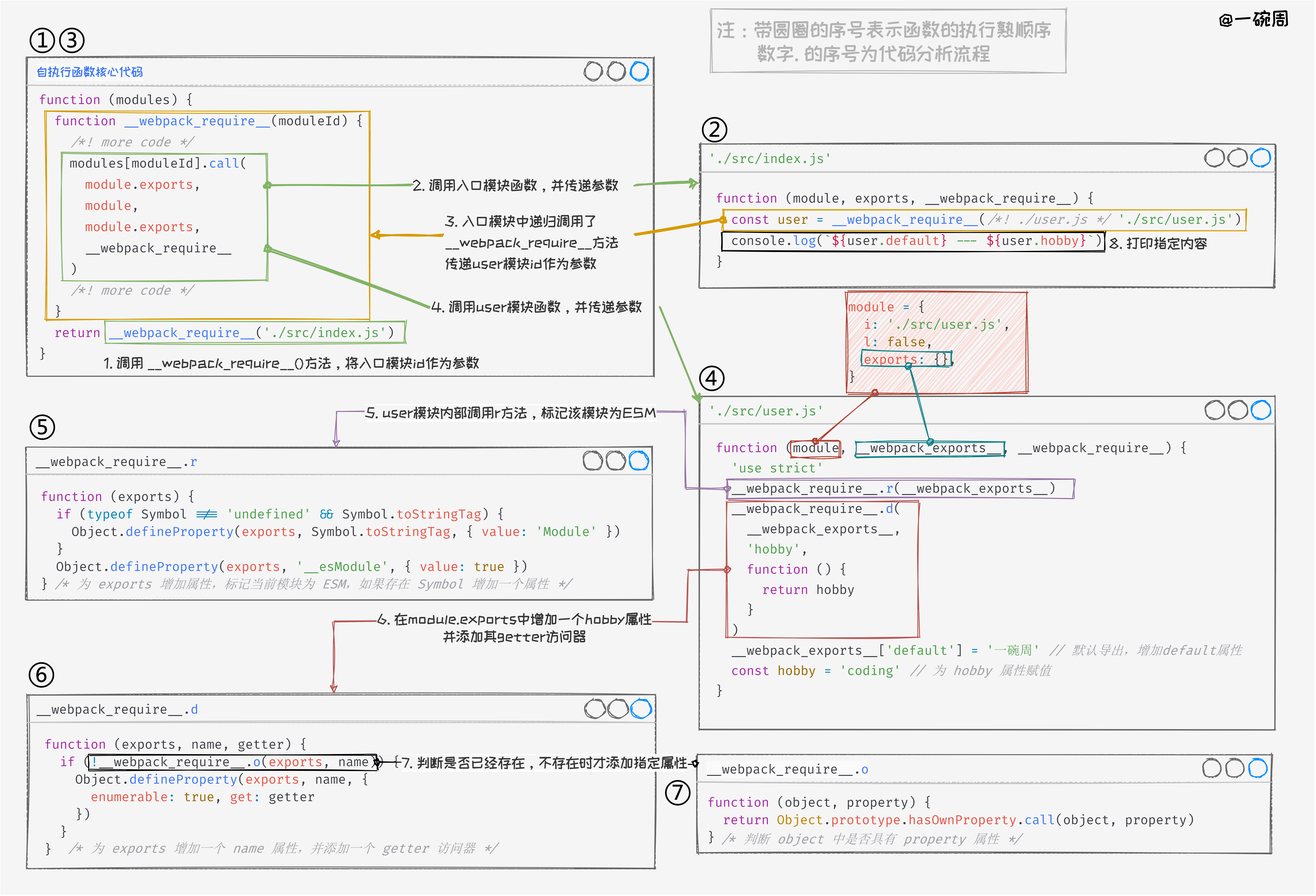
Above: 前端工程化/06_手写webpack/image/write-wp-06.png in ywanzhou/Learn-front-end-from-scratc (draw.io), before the change. Source tidied: cells renumbered, new cells last; positions are measured from the earlier drawing's top-left corner, leaving out a move shared by most shapes.
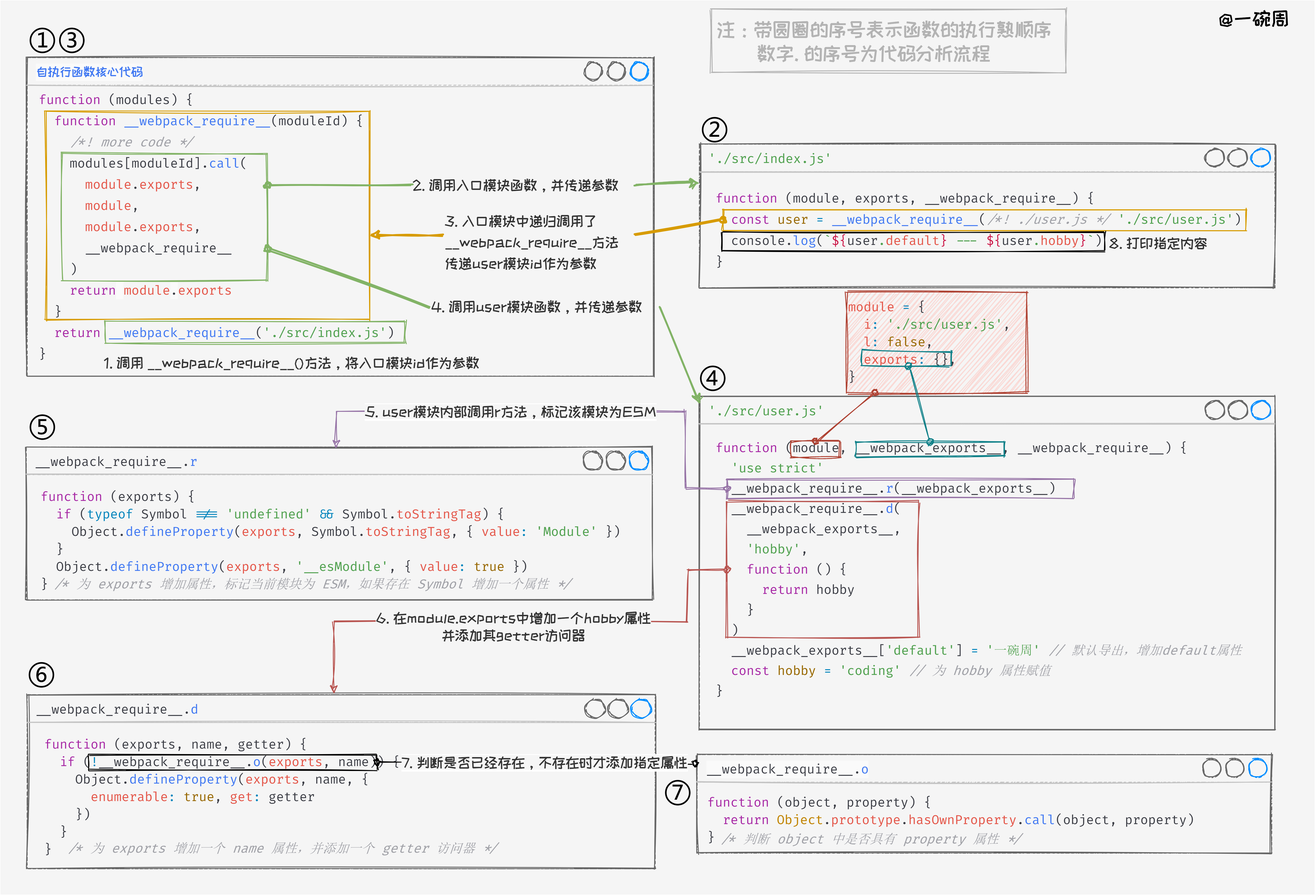
Above is the later version.

Commit message:
画图：CMS导入ESM分析

Change to the diagram source:
```diff
@@ -11,7 +11,7 @@
     <mxCell id="4" style="rounded=0;whiteSpace=wrap;html=1;sketch=1;strokeColor=#d79b00;fillColor=none;glass=0;" parent="1" vertex="1">
       <mxGeometry x="49" y="121" width="352" height="226" as="geometry" />
     </mxCell>
-    <mxCell id="5" value="&lt;div style=&quot;color: rgb(56 , 58 , 66) ; font-family: &amp;#34;fira code&amp;#34; , &amp;#34;consolas&amp;#34; , &amp;#34;courier new&amp;#34; , monospace ; font-size: 14px ; line-height: 166%&quot;&gt;&lt;div&gt;&lt;span style=&quot;color: rgb(166 , 38 , 164)&quot;&gt;function&lt;/span&gt; (modules) {&lt;/div&gt;&lt;div&gt;&amp;nbsp; &lt;span style=&quot;color: #a626a4&quot;&gt;function&lt;/span&gt; &lt;span style=&quot;color: #4078f2&quot;&gt;__webpack_require__&lt;/span&gt;(moduleId) {&lt;/div&gt;&lt;div&gt;&amp;nbsp; &amp;nbsp;&amp;nbsp;&lt;span style=&quot;color: rgb(160 , 161 , 167) ; font-style: italic&quot;&gt;/*! more code */&lt;/span&gt;&lt;span&gt;&amp;nbsp;&lt;/span&gt;&lt;/div&gt;&lt;div&gt;&amp;nbsp; &amp;nbsp; modules[moduleId].&lt;span style=&quot;color: #4078f2&quot;&gt;call&lt;/span&gt;(&lt;/div&gt;&lt;div&gt;&amp;nbsp; &amp;nbsp; &amp;nbsp; &lt;span style=&quot;color: #e45649&quot;&gt;module&lt;/span&gt;.&lt;span style=&quot;color: #e45649&quot;&gt;exports&lt;/span&gt;,&lt;/div&gt;&lt;div&gt;&amp;nbsp; &amp;nbsp; &amp;nbsp; &lt;span style=&quot;color: #e45649&quot;&gt;module&lt;/span&gt;,&lt;/div&gt;&lt;div&gt;&amp;nbsp; &amp;nbsp; &amp;nbsp; &lt;span style=&quot;color: #e45649&quot;&gt;module&lt;/span&gt;.&lt;span style=&quot;color: #e45649&quot;&gt;exports&lt;/span&gt;,&lt;/div&gt;&lt;div&gt;&amp;nbsp; &amp;nbsp; &amp;nbsp; __webpack_require__&lt;/div&gt;&lt;div&gt;&amp;nbsp; &amp;nbsp; )&lt;/div&gt;&amp;nbsp; &amp;nbsp;&amp;nbsp;&lt;span style=&quot;color: rgb(160 , 161 , 167) ; font-style: italic&quot;&gt;/*! more code */&lt;/span&gt;&lt;span&gt;&amp;nbsp;&lt;/span&gt;&lt;div&gt;&amp;nbsp; }&lt;/div&gt;&lt;div&gt;&amp;nbsp; &lt;span style=&quot;color: #a626a4&quot;&gt;return&lt;/span&gt; &lt;span style=&quot;color: #4078f2&quot;&gt;__webpack_require__&lt;/span&gt;(&lt;span style=&quot;color: #50a14f&quot;&gt;'./src/index.js'&lt;/span&gt;)&lt;/div&gt;&lt;div&gt;}&lt;/div&gt;&lt;/div&gt;" style="text;html=1;strokeColor=none;fillColor=none;align=left;verticalAlign=middle;whiteSpace=wrap;rounded=0;sketch=1;" parent="1" vertex="1">
+    <mxCell id="5" value="&lt;div style=&quot;color: rgb(56 , 58 , 66) ; font-family: &amp;#34;fira code&amp;#34; , &amp;#34;consolas&amp;#34; , &amp;#34;courier new&amp;#34; , monospace ; font-size: 14px ; line-height: 166%&quot;&gt;&lt;div&gt;&lt;span style=&quot;color: rgb(166 , 38 , 164)&quot;&gt;function&lt;/span&gt; (modules) {&lt;/div&gt;&lt;div&gt;&amp;nbsp; &lt;span style=&quot;color: #a626a4&quot;&gt;function&lt;/span&gt; &lt;span style=&quot;color: #4078f2&quot;&gt;__webpack_require__&lt;/span&gt;(moduleId) {&lt;/div&gt;&lt;div&gt;&amp;nbsp; &amp;nbsp;&amp;nbsp;&lt;span style=&quot;color: rgb(160 , 161 , 167) ; font-style: italic&quot;&gt;/*! more code */&lt;/span&gt;&lt;span&gt;&amp;nbsp;&lt;/span&gt;&lt;/div&gt;&lt;div&gt;&amp;nbsp; &amp;nbsp; modules[moduleId].&lt;span style=&quot;color: #4078f2&quot;&gt;call&lt;/span&gt;(&lt;/div&gt;&lt;div&gt;&amp;nbsp; &amp;nbsp; &amp;nbsp; &lt;span style=&quot;color: #e45649&quot;&gt;module&lt;/span&gt;.&lt;span style=&quot;color: #e45649&quot;&gt;exports&lt;/span&gt;,&lt;/div&gt;&lt;div&gt;&amp;nbsp; &amp;nbsp; &amp;nbsp; &lt;span style=&quot;color: #e45649&quot;&gt;module&lt;/span&gt;,&lt;/div&gt;&lt;div&gt;&amp;nbsp; &amp;nbsp; &amp;nbsp; &lt;span style=&quot;color: #e45649&quot;&gt;module&lt;/span&gt;.&lt;span style=&quot;color: #e45649&quot;&gt;exports&lt;/span&gt;,&lt;/div&gt;&lt;div&gt;&amp;nbsp; &amp;nbsp; &amp;nbsp; __webpack_require__&lt;/div&gt;&lt;div&gt;&amp;nbsp; &amp;nbsp; )&lt;/div&gt;&amp;nbsp; &amp;nbsp;&amp;nbsp;&lt;span style=&quot;font-family: &amp;#34;fira code&amp;#34; , &amp;#34;consolas&amp;#34; , &amp;#34;courier new&amp;#34; , monospace ; color: rgb(166 , 38 , 164)&quot;&gt;return&lt;/span&gt;&lt;span style=&quot;background-color: rgb(250 , 250 , 250) ; font-family: &amp;#34;fira code&amp;#34; , &amp;#34;consolas&amp;#34; , &amp;#34;courier new&amp;#34; , monospace&quot;&gt; &lt;/span&gt;&lt;span style=&quot;font-family: &amp;#34;fira code&amp;#34; , &amp;#34;consolas&amp;#34; , &amp;#34;courier new&amp;#34; , monospace ; color: rgb(228 , 86 , 73)&quot;&gt;module&lt;/span&gt;&lt;span style=&quot;background-color: rgb(250 , 250 , 250) ; font-family: &amp;#34;fira code&amp;#34; , &amp;#34;consolas&amp;#34; , &amp;#34;courier new&amp;#34; , monospace&quot;&gt;.&lt;/span&gt;&lt;span style=&quot;font-family: &amp;#34;fira code&amp;#34; , &amp;#34;consolas&amp;#34; , &amp;#34;courier new&amp;#34; , monospace ; color: rgb(228 , 86 , 73)&quot;&gt;exports&lt;/span&gt;&lt;div&gt;&amp;nbsp; }&lt;/div&gt;&lt;div&gt;&amp;nbsp; &lt;span style=&quot;color: #a626a4&quot;&gt;return&lt;/span&gt; &lt;span style=&quot;color: #4078f2&quot;&gt;__webpack_require__&lt;/span&gt;(&lt;span style=&quot;color: #50a14f&quot;&gt;'./src/index.js'&lt;/span&gt;)&lt;/div&gt;&lt;div&gt;}&lt;/div&gt;&lt;/div&gt;" style="text;html=1;strokeColor=none;fillColor=none;align=left;verticalAlign=middle;whiteSpace=wrap;rounded=0;sketch=1;" parent="1" vertex="1">
       <mxGeometry x="40" y="95" width="431" height="301.5" as="geometry" />
     </mxCell>
     <mxCell id="6" style="group;" parent="1" vertex="1">
```
